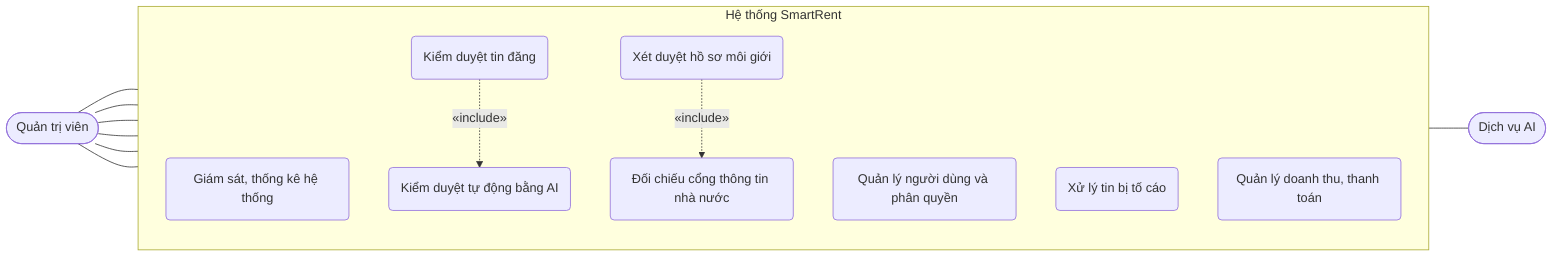
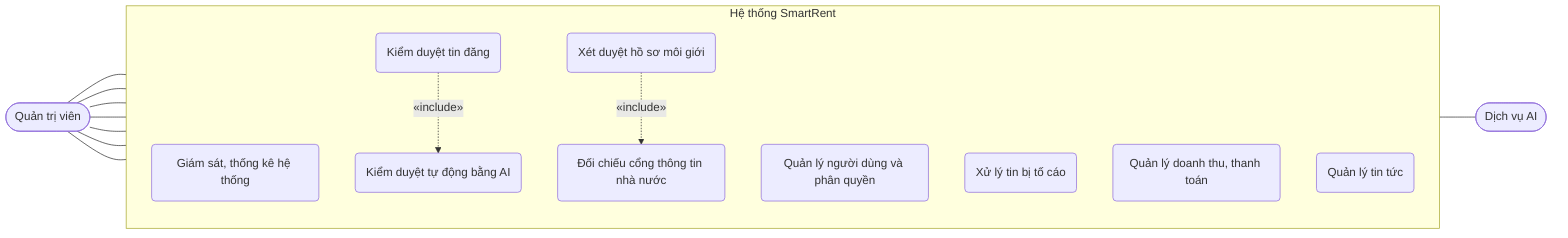
flowchart LR
 QT(["Quản trị viên"])
 subgraph HT["Hệ thống SmartRent"]
  direction TB
  A1("Giám sát, thống kê hệ thống")
  A2("Quản lý người dùng và phân quyền")
  A3("Kiểm duyệt tin đăng")
  A4("Kiểm duyệt tự động bằng AI")
  A5("Xử lý tin bị tố cáo")
  A6("Xét duyệt hồ sơ môi giới")
  A7("Quản lý doanh thu, thanh toán")
  A8("Đối chiếu cổng thông tin nhà nước")
+   A9("Quản lý tin tức")
 end
 AI(["Dịch vụ AI"])
 QT --- A1
 QT --- A2
 QT --- A3
 QT --- A5
 QT --- A6
 QT --- A7
+  QT --- A9
 A3 -.->|"«include»"| A4
 A6 -.->|"«include»"| A8
 A4 --- AI
